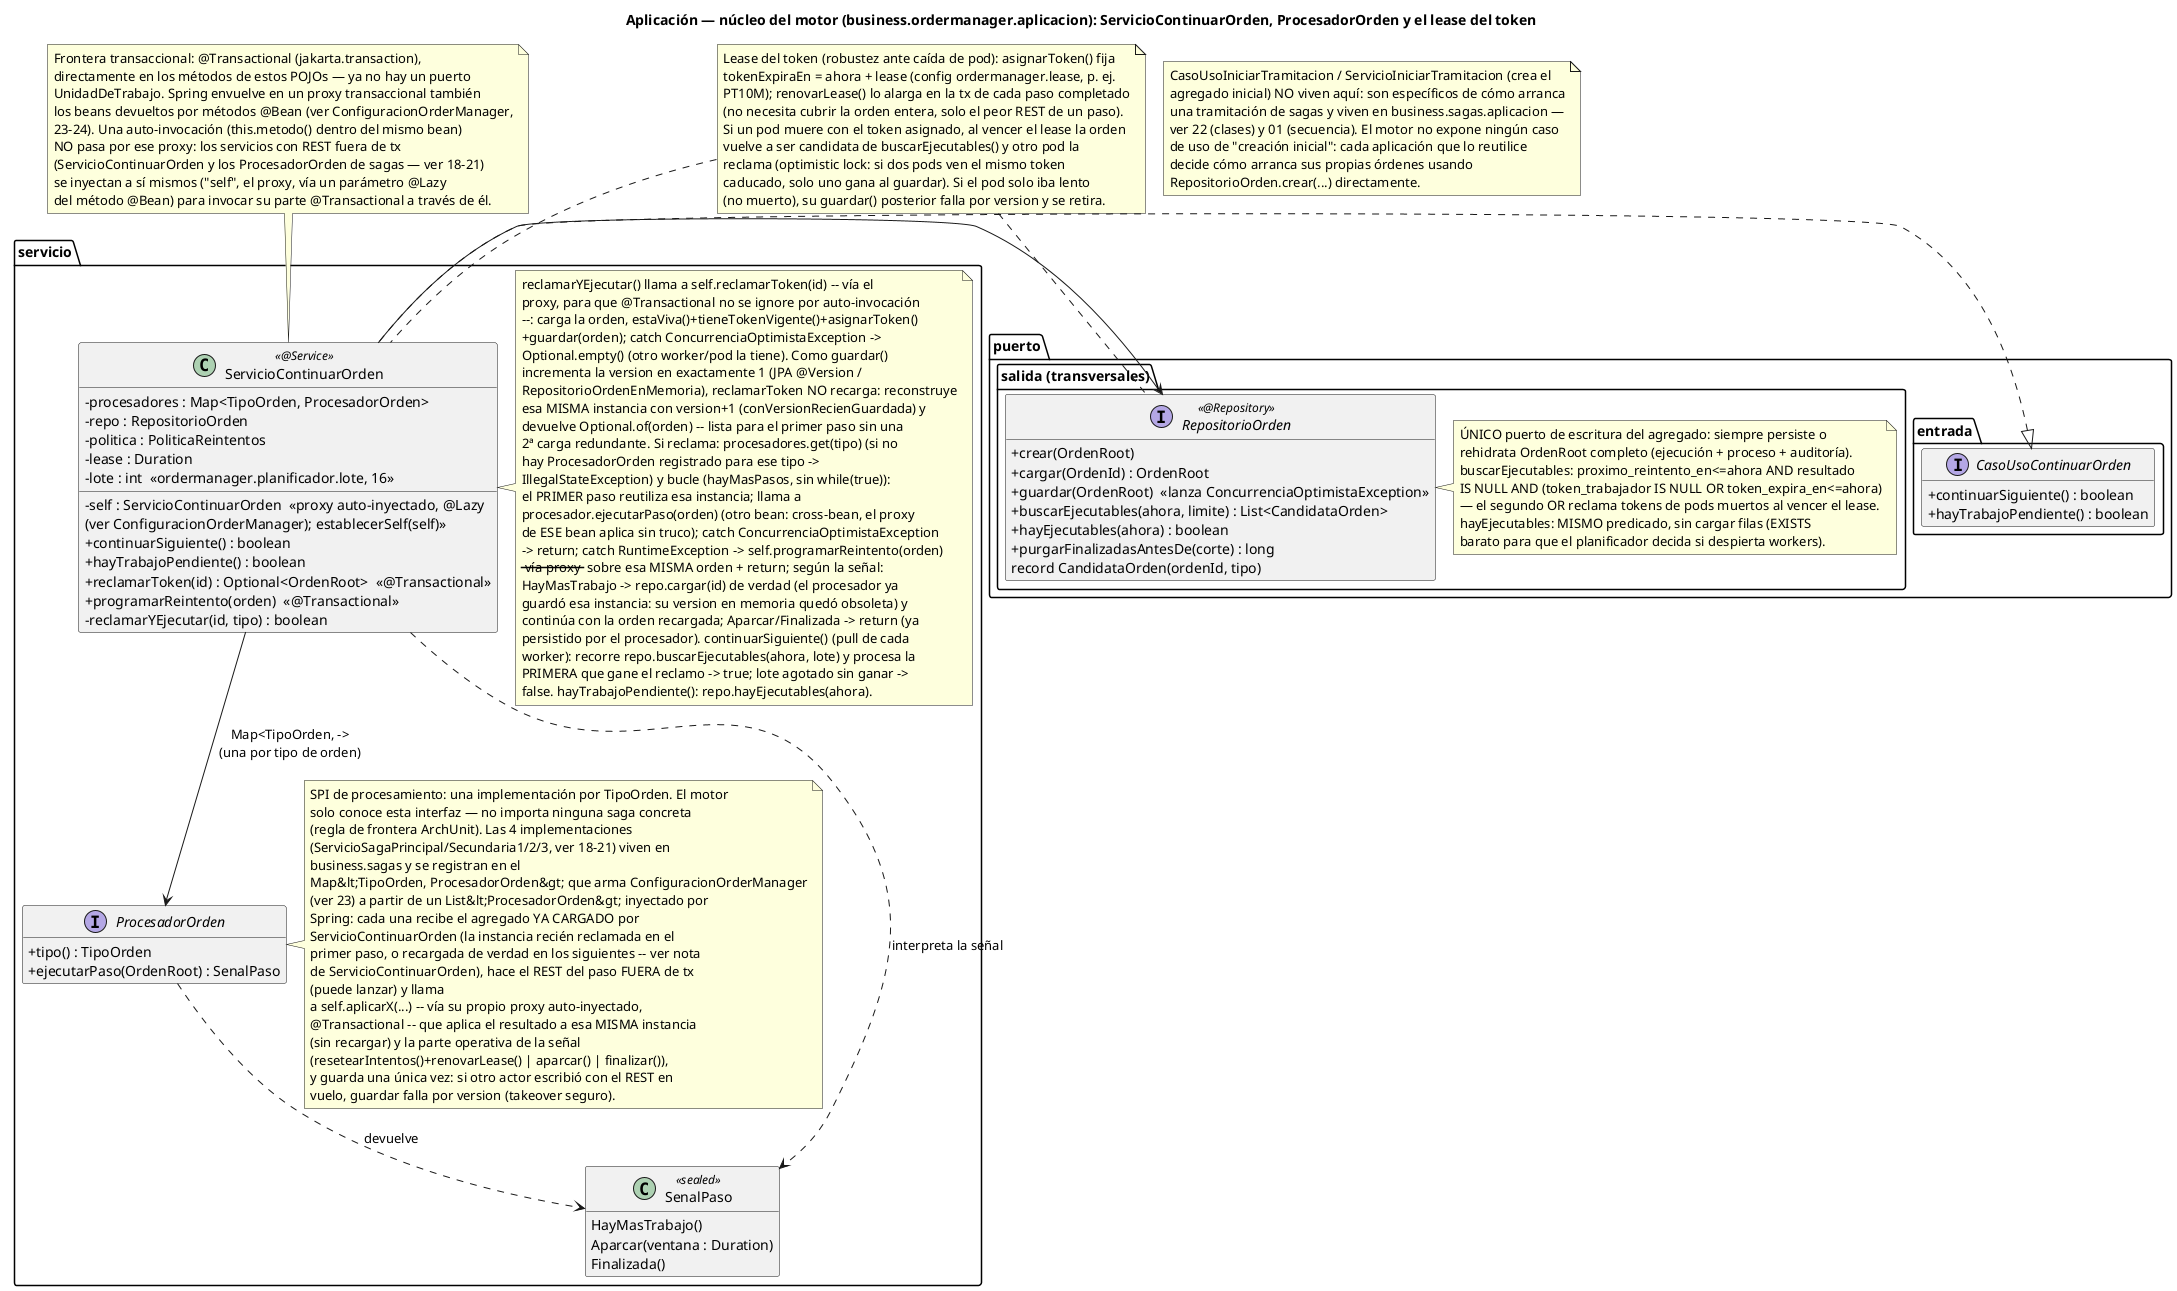
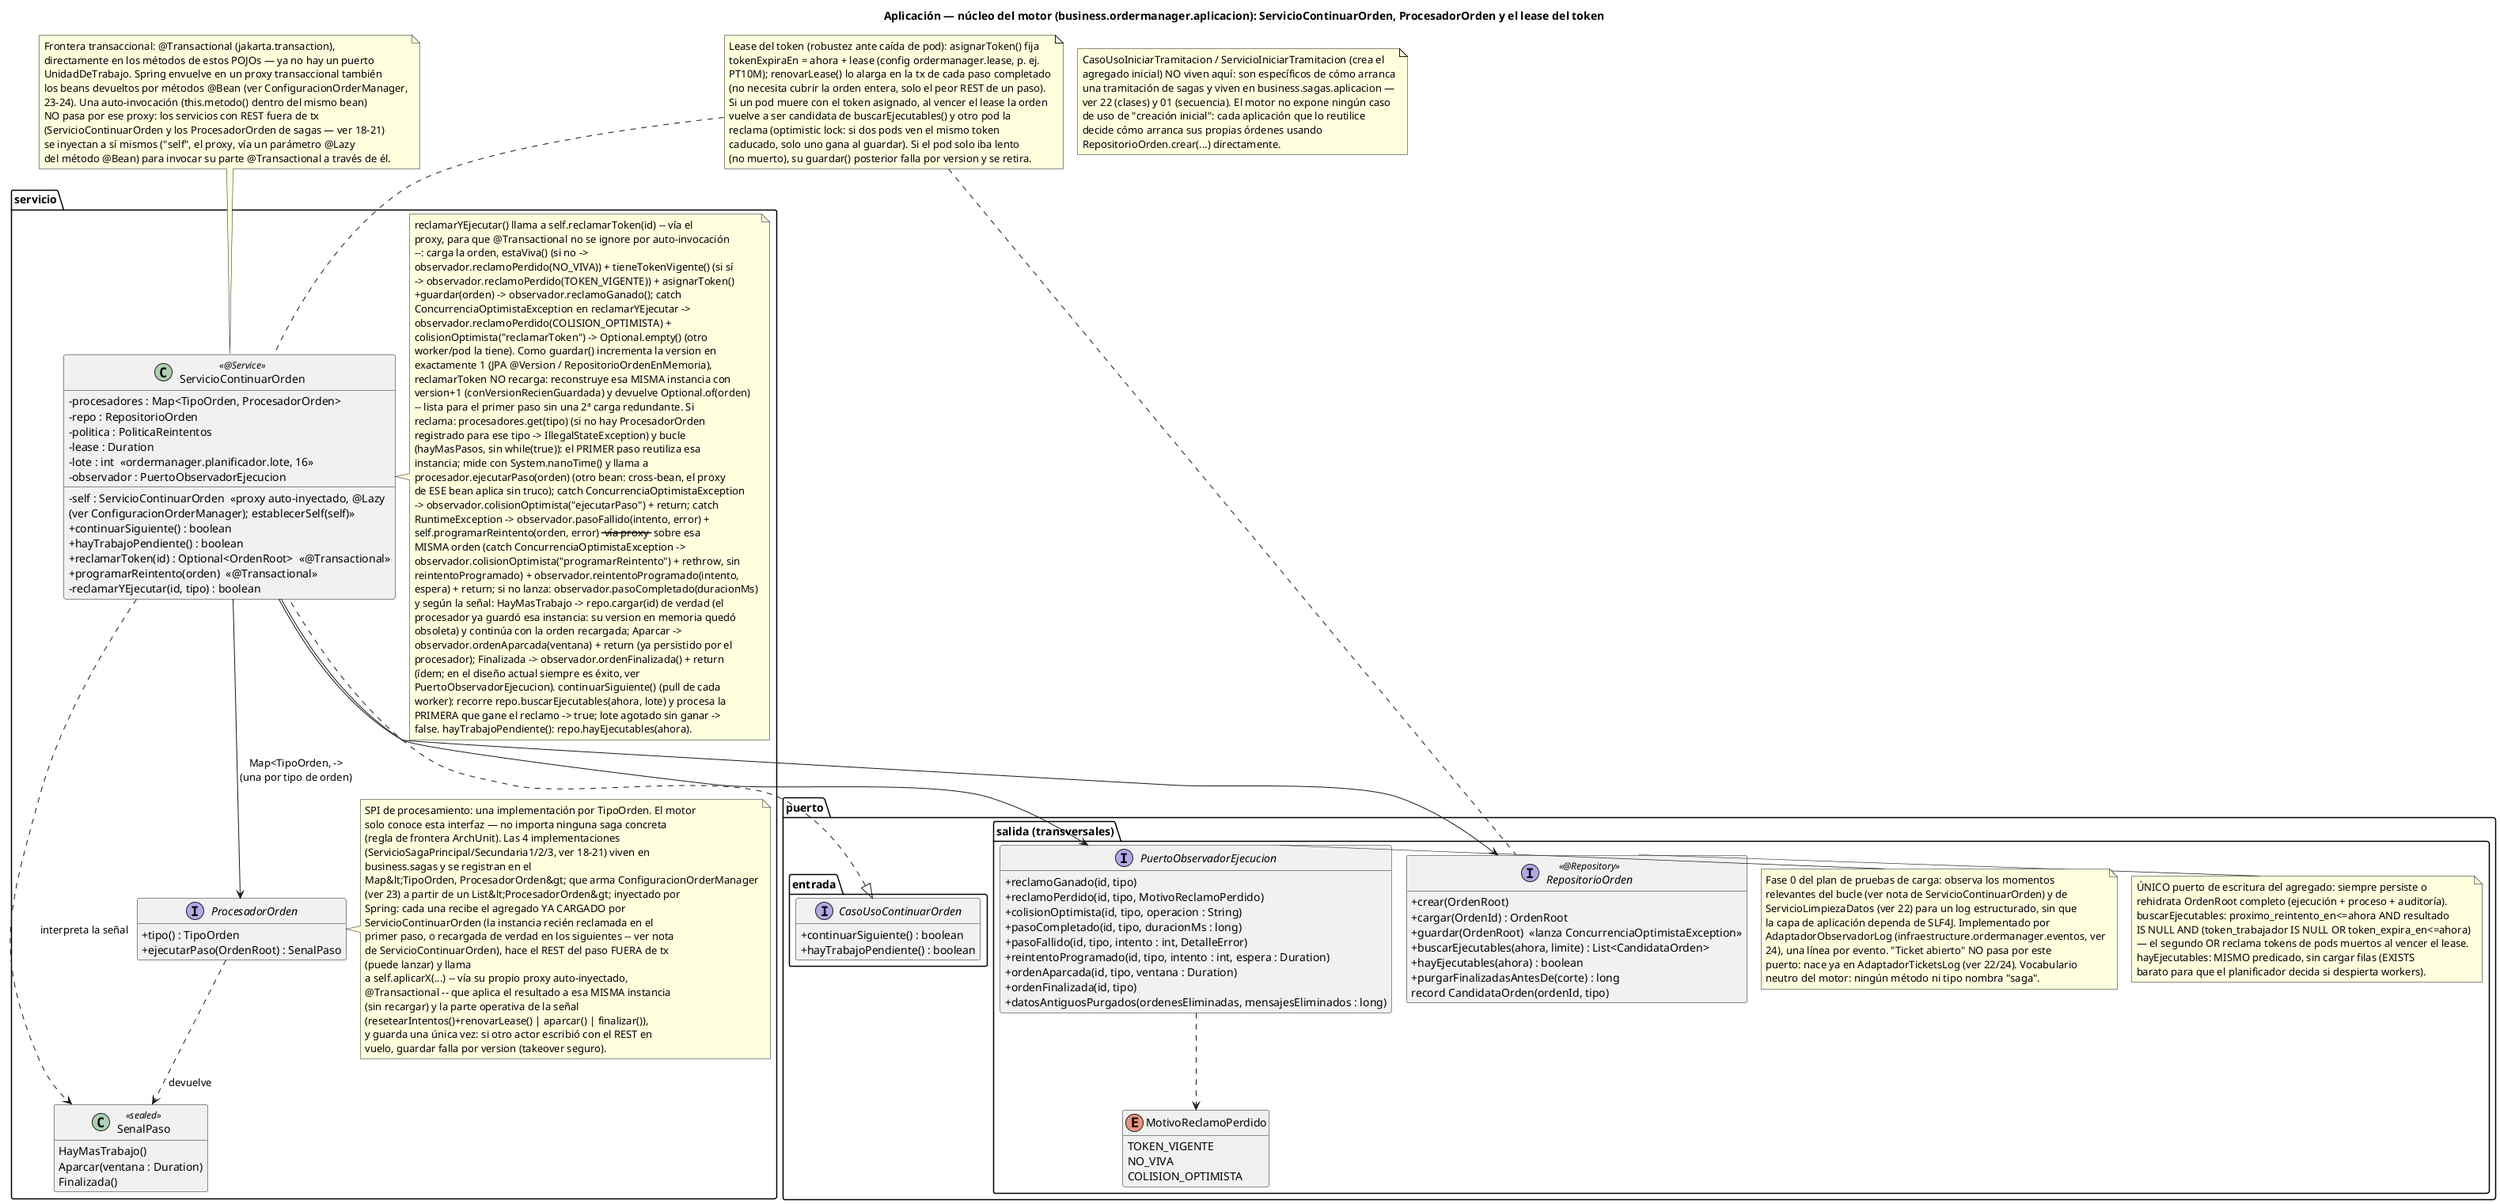
@startuml 17-clases-aplicacion-nucleo
title Aplicación — núcleo del motor (business.ordermanager.aplicacion): ServicioContinuarOrden, ProcesadorOrden y el lease del token
!pragma layout smetana
hide empty members
skinparam classAttributeIconSize 0

package "puerto.entrada" {
  interface CasoUsoContinuarOrden {
    +continuarSiguiente() : boolean
    +hayTrabajoPendiente() : boolean
  }
}

package "servicio" {
  class ServicioContinuarOrden <<@Service>> {
    -procesadores : Map<TipoOrden, ProcesadorOrden>
    -repo : RepositorioOrden
    -politica : PoliticaReintentos
    -lease : Duration
    -lote : int  «ordermanager.planificador.lote, 16»
+     -observador : PuertoObservadorEjecucion
    -self : ServicioContinuarOrden  «proxy auto-inyectado, @Lazy\n(ver ConfiguracionOrderManager); establecerSelf(self)»
    +continuarSiguiente() : boolean
    +hayTrabajoPendiente() : boolean
    +reclamarToken(id) : Optional<OrdenRoot>  «@Transactional»
    +programarReintento(orden)  «@Transactional»
    -reclamarYEjecutar(id, tipo) : boolean
  }
  note right of ServicioContinuarOrden
    reclamarYEjecutar() llama a self.reclamarToken(id) -- vía el
    proxy, para que @Transactional no se ignore por auto-invocación
-     --: carga la orden, estaViva()+tieneTokenVigente()+asignarToken()
-     +guardar(orden); catch ConcurrenciaOptimistaException ->
-     Optional.empty() (otro worker/pod la tiene). Como guardar()
-     incrementa la version en exactamente 1 (JPA @Version /
-     RepositorioOrdenEnMemoria), reclamarToken NO recarga: reconstruye
-     esa MISMA instancia con version+1 (conVersionRecienGuardada) y
-     devuelve Optional.of(orden) -- lista para el primer paso sin una
-     2ª carga redundante. Si reclama: procesadores.get(tipo) (si no
-     hay ProcesadorOrden registrado para ese tipo ->
-     IllegalStateException) y bucle (hayMasPasos, sin while(true)):
-     el PRIMER paso reutiliza esa instancia; llama a
+     --: carga la orden, estaViva() (si no ->
+     observador.reclamoPerdido(NO_VIVA)) + tieneTokenVigente() (si sí
+     -> observador.reclamoPerdido(TOKEN_VIGENTE)) + asignarToken()
+     +guardar(orden) -> observador.reclamoGanado(); catch
+     ConcurrenciaOptimistaException en reclamarYEjecutar ->
+     observador.reclamoPerdido(COLISION_OPTIMISTA) +
+     colisionOptimista("reclamarToken") -> Optional.empty() (otro
+     worker/pod la tiene). Como guardar() incrementa la version en
+     exactamente 1 (JPA @Version / RepositorioOrdenEnMemoria),
+     reclamarToken NO recarga: reconstruye esa MISMA instancia con
+     version+1 (conVersionRecienGuardada) y devuelve Optional.of(orden)
+     -- lista para el primer paso sin una 2ª carga redundante. Si
+     reclama: procesadores.get(tipo) (si no hay ProcesadorOrden
+     registrado para ese tipo -> IllegalStateException) y bucle
+     (hayMasPasos, sin while(true)): el PRIMER paso reutiliza esa
+     instancia; mide con System.nanoTime() y llama a
    procesador.ejecutarPaso(orden) (otro bean: cross-bean, el proxy
    de ESE bean aplica sin truco); catch ConcurrenciaOptimistaException
-     -> return; catch RuntimeException -> self.programarReintento(orden)
-     -- vía proxy -- sobre esa MISMA orden + return; según la señal:
-     HayMasTrabajo -> repo.cargar(id) de verdad (el procesador ya
-     guardó esa instancia: su version en memoria quedó obsoleta) y
-     continúa con la orden recargada; Aparcar/Finalizada -> return (ya
-     persistido por el procesador). continuarSiguiente() (pull de cada
+     -> observador.colisionOptimista("ejecutarPaso") + return; catch
+     RuntimeException -> observador.pasoFallido(intento, error) +
+     self.programarReintento(orden, error) -- vía proxy -- sobre esa
+     MISMA orden (catch ConcurrenciaOptimistaException ->
+     observador.colisionOptimista("programarReintento") + rethrow, sin
+     reintentoProgramado) + observador.reintentoProgramado(intento,
+     espera) + return; si no lanza: observador.pasoCompletado(duracionMs)
+     y según la señal: HayMasTrabajo -> repo.cargar(id) de verdad (el
+     procesador ya guardó esa instancia: su version en memoria quedó
+     obsoleta) y continúa con la orden recargada; Aparcar ->
+     observador.ordenAparcada(ventana) + return (ya persistido por el
+     procesador); Finalizada -> observador.ordenFinalizada() + return
+     (ídem; en el diseño actual siempre es éxito, ver
+     PuertoObservadorEjecucion). continuarSiguiente() (pull de cada
    worker): recorre repo.buscarEjecutables(ahora, lote) y procesa la
    PRIMERA que gane el reclamo -> true; lote agotado sin ganar ->
    false. hayTrabajoPendiente(): repo.hayEjecutables(ahora).
  end note

  interface ProcesadorOrden {
    +tipo() : TipoOrden
    +ejecutarPaso(OrdenRoot) : SenalPaso
  }
  note right of ProcesadorOrden
    SPI de procesamiento: una implementación por TipoOrden. El motor
    solo conoce esta interfaz — no importa ninguna saga concreta
    (regla de frontera ArchUnit). Las 4 implementaciones
    (ServicioSagaPrincipal/Secundaria1/2/3, ver 18-21) viven en
    business.sagas y se registran en el
    Map&lt;TipoOrden, ProcesadorOrden&gt; que arma ConfiguracionOrderManager
    (ver 23) a partir de un List&lt;ProcesadorOrden&gt; inyectado por
    Spring: cada una recibe el agregado YA CARGADO por
    ServicioContinuarOrden (la instancia recién reclamada en el
    primer paso, o recargada de verdad en los siguientes -- ver nota
    de ServicioContinuarOrden), hace el REST del paso FUERA de tx
    (puede lanzar) y llama
    a self.aplicarX(...) -- vía su propio proxy auto-inyectado,
    @Transactional -- que aplica el resultado a esa MISMA instancia
    (sin recargar) y la parte operativa de la señal
    (resetearIntentos()+renovarLease() | aparcar() | finalizar()),
    y guarda una única vez: si otro actor escribió con el REST en
    vuelo, guardar falla por version (takeover seguro).
  end note

  class "SenalPaso" as SenalPaso <<sealed>> {
    HayMasTrabajo()
    Aparcar(ventana : Duration)
    Finalizada()
  }
}

package "puerto.salida (transversales)" {
  interface RepositorioOrden <<@Repository>> {
    +crear(OrdenRoot)
    +cargar(OrdenId) : OrdenRoot
    +guardar(OrdenRoot)  «lanza ConcurrenciaOptimistaException»
    +buscarEjecutables(ahora, limite) : List<CandidataOrden>
    +hayEjecutables(ahora) : boolean
    +purgarFinalizadasAntesDe(corte) : long
    record CandidataOrden(ordenId, tipo)
  }
  note right of RepositorioOrden
    ÚNICO puerto de escritura del agregado: siempre persiste o
    rehidrata OrdenRoot completo (ejecución + proceso + auditoría).
    buscarEjecutables: proximo_reintento_en<=ahora AND resultado
    IS NULL AND (token_trabajador IS NULL OR token_expira_en<=ahora)
    — el segundo OR reclama tokens de pods muertos al vencer el lease.
    hayEjecutables: MISMO predicado, sin cargar filas (EXISTS
    barato para que el planificador decida si despierta workers).
  end note
+ 
+   interface PuertoObservadorEjecucion {
+     +reclamoGanado(id, tipo)
+     +reclamoPerdido(id, tipo, MotivoReclamoPerdido)
+     +colisionOptimista(id, tipo, operacion : String)
+     +pasoCompletado(id, tipo, duracionMs : long)
+     +pasoFallido(id, tipo, intento : int, DetalleError)
+     +reintentoProgramado(id, tipo, intento : int, espera : Duration)
+     +ordenAparcada(id, tipo, ventana : Duration)
+     +ordenFinalizada(id, tipo)
+     +datosAntiguosPurgados(ordenesEliminadas, mensajesEliminados : long)
+   }
+   enum MotivoReclamoPerdido {
+     TOKEN_VIGENTE
+     NO_VIVA
+     COLISION_OPTIMISTA
+   }
+   PuertoObservadorEjecucion ..> MotivoReclamoPerdido
+   note right of PuertoObservadorEjecucion
+     Fase 0 del plan de pruebas de carga: observa los momentos
+     relevantes del bucle (ver nota de ServicioContinuarOrden) y de
+     ServicioLimpiezaDatos (ver 22) para un log estructurado, sin que
+     la capa de aplicación dependa de SLF4J. Implementado por
+     AdaptadorObservadorLog (infraestructure.ordermanager.eventos, ver
+     24), una línea por evento. "Ticket abierto" NO pasa por este
+     puerto: nace ya en AdaptadorTicketsLog (ver 22/24). Vocabulario
+     neutro del motor: ningún método ni tipo nombra "saga".
+   end note
}

note as NTx
  Frontera transaccional: @Transactional (jakarta.transaction),
  directamente en los métodos de estos POJOs — ya no hay un puerto
  UnidadDeTrabajo. Spring envuelve en un proxy transaccional también
  los beans devueltos por métodos @Bean (ver ConfiguracionOrderManager,
  23-24). Una auto-invocación (this.metodo() dentro del mismo bean)
  NO pasa por ese proxy: los servicios con REST fuera de tx
  (ServicioContinuarOrden y los ProcesadorOrden de sagas — ver 18-21)
  se inyectan a sí mismos ("self", el proxy, vía un parámetro @Lazy
  del método @Bean) para invocar su parte @Transactional a través de él.
end note
NTx .. ServicioContinuarOrden

CasoUsoContinuarOrden <|.. ServicioContinuarOrden
ServicioContinuarOrden --> RepositorioOrden
ServicioContinuarOrden --> ProcesadorOrden : Map<TipoOrden, ->\n(una por tipo de orden)
+ ServicioContinuarOrden --> PuertoObservadorEjecucion
ServicioContinuarOrden ..> SenalPaso : interpreta la señal
ProcesadorOrden ..> SenalPaso : devuelve

note as NLease
  Lease del token (robustez ante caída de pod): asignarToken() fija
  tokenExpiraEn = ahora + lease (config ordermanager.lease, p. ej.
  PT10M); renovarLease() lo alarga en la tx de cada paso completado
  (no necesita cubrir la orden entera, solo el peor REST de un paso).
  Si un pod muere con el token asignado, al vencer el lease la orden
  vuelve a ser candidata de buscarEjecutables() y otro pod la
  reclama (optimistic lock: si dos pods ven el mismo token
  caducado, solo uno gana al guardar). Si el pod solo iba lento
  (no muerto), su guardar() posterior falla por version y se retira.
end note
NLease .. RepositorioOrden
NLease .. ServicioContinuarOrden

note as NIniciar
  CasoUsoIniciarTramitacion / ServicioIniciarTramitacion (crea el
  agregado inicial) NO viven aquí: son específicos de cómo arranca
  una tramitación de sagas y viven en business.sagas.aplicacion —
  ver 22 (clases) y 01 (secuencia). El motor no expone ningún caso
  de uso de "creación inicial": cada aplicación que lo reutilice
  decide cómo arranca sus propias órdenes usando
  RepositorioOrden.crear(...) directamente.
end note

@enduml
